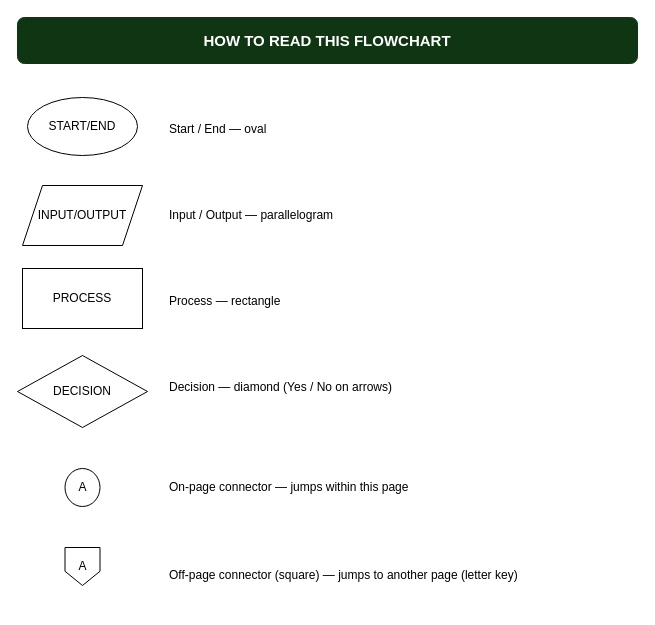
Before: page "Legend — How to read" (1 of 4) of docs/reunio-mobile-flow.drawio in dibidjims17/Alumni-System, a draw.io diagram. Source tidied: cells renumbered, new cells numbered last; positions are measured from the earlier drawing's top-left corner, leaving out a move shared by most shapes. Both pictures are drawn from the tidied source at 100%, with x=0, y=0 at pixel (17, 17).
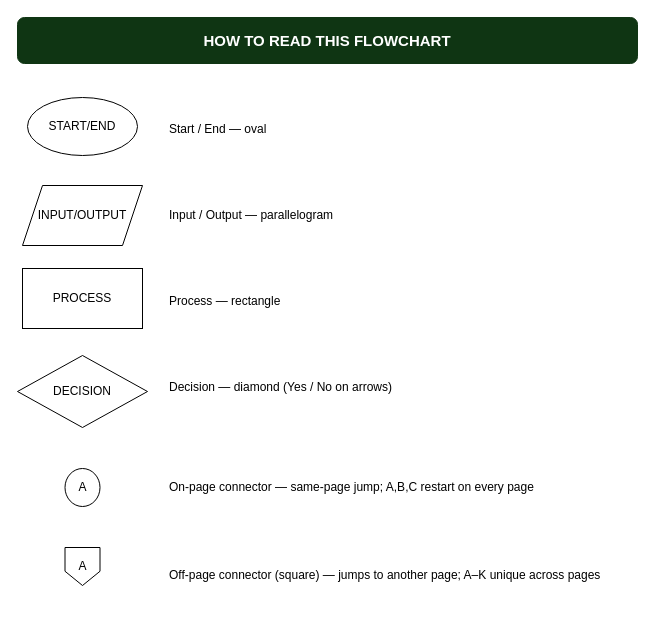
Above is the later version.

Commit message (it also covers changes not shown here):
feat: global off-page letters, per-page on-page labels, merged profile page

On-page pairs restart A,B,C per page; cross-page links run A-K globally with destination labels. Admin Profile merged into Trash & Activity (exit dissolved, direct edge). All pages fit A4 portrait.

The edit, as a diff of the source:
```diff
@@
 <mxGraphModel>
   <root>
     <mxCell id="0" />
     <mxCell id="1" parent="0" />
     <mxCell id="2" value="HOW TO READ THIS FLOWCHART" style="rounded=1;whiteSpace=wrap;html=1;fillColor=#0F3513;strokeColor=#0F3513;fontSize=15;fontStyle=1;fontColor=#ffffff;" parent="1" vertex="1">
       <mxGeometry width="620" height="46" as="geometry" />
     </mxCell>
     <mxCell id="3" value="Start / End — oval" style="text;html=1;fontSize=12;align=left;verticalAlign=middle;" parent="1" vertex="1">
       <mxGeometry x="150" y="80" width="470" height="64" as="geometry" />
     </mxCell>
     <mxCell id="4" value="Input / Output — parallelogram" style="text;html=1;fontSize=12;align=left;verticalAlign=middle;" parent="1" vertex="1">
       <mxGeometry x="150" y="166" width="470" height="64" as="geometry" />
     </mxCell>
     <mxCell id="5" value="Process — rectangle" style="text;html=1;fontSize=12;align=left;verticalAlign=middle;" parent="1" vertex="1">
       <mxGeometry x="150" y="252" width="470" height="64" as="geometry" />
     </mxCell>
     <mxCell id="6" value="Decision — diamond (Yes / No on arrows)" style="text;html=1;fontSize=12;align=left;verticalAlign=middle;" parent="1" vertex="1">
       <mxGeometry x="150" y="338" width="470" height="64" as="geometry" />
     </mxCell>
-    <mxCell id="7" value="On-page connector — jumps within this page" style="text;html=1;fontSize=12;align=left;verticalAlign=middle;" parent="1" vertex="1">
+    <mxCell id="7" value="On-page connector — same-page jump; A,B,C restart on every page" style="text;html=1;fontSize=12;align=left;verticalAlign=middle;" parent="1" vertex="1">
       <mxGeometry x="150" y="438" width="470" height="64" as="geometry" />
     </mxCell>
-    <mxCell id="8" value="Off-page connector (square) — jumps to another page (letter key)" style="text;html=1;fontSize=12;align=left;verticalAlign=middle;" parent="1" vertex="1">
+    <mxCell id="8" value="Off-page connector (square) — jumps to another page; A–K unique across pages" style="text;html=1;fontSize=12;align=left;verticalAlign=middle;" parent="1" vertex="1">
       <mxGeometry x="150" y="526" width="470" height="64" as="geometry" />
     </mxCell>
     <mxCell id="9" value="A" style="shape=offPageConnector;whiteSpace=wrap;html=1;" parent="1" vertex="1">
       <mxGeometry x="47.5" y="530" width="35" height="38" as="geometry" />
     </mxCell>
     <mxCell id="10" value="A" style="strokeWidth=1;html=1;shape=mxgraph.flowchart.start_2;whiteSpace=wrap;" parent="1" vertex="1">
       <mxGeometry x="47.5" y="451" width="35" height="38" as="geometry" />
     </mxCell>
     <mxCell id="11" value="DECISION" style="shape=rhombus;html=1;dashed=0;whiteSpace=wrap;perimeter=rhombusPerimeter;" parent="1" vertex="1">
       <mxGeometry y="338" width="130" height="72" as="geometry" />
     </mxCell>
     <mxCell id="12" value="PROCESS" style="rounded=0;whiteSpace=wrap;html=1;" parent="1" vertex="1">
       <mxGeometry x="5" y="251" width="120" height="60" as="geometry" />
     </mxCell>
     <mxCell id="13" value="INPUT/OUTPUT" style="shape=parallelogram;perimeter=parallelogramPerimeter;whiteSpace=wrap;html=1;shapeInside=1;fixedSize=1;" parent="1" vertex="1">
       <mxGeometry x="5" y="168" width="120" height="60" as="geometry" />
     </mxCell>
     <mxCell id="14" value="START/END" style="shape=ellipse;html=1;dashed=0;whiteSpace=wrap;perimeter=ellipsePerimeter;" parent="1" vertex="1">
       <mxGeometry x="10" y="80" width="110" height="58" as="geometry" />
     </mxCell>
   </root>
 </mxGraphModel>
```
